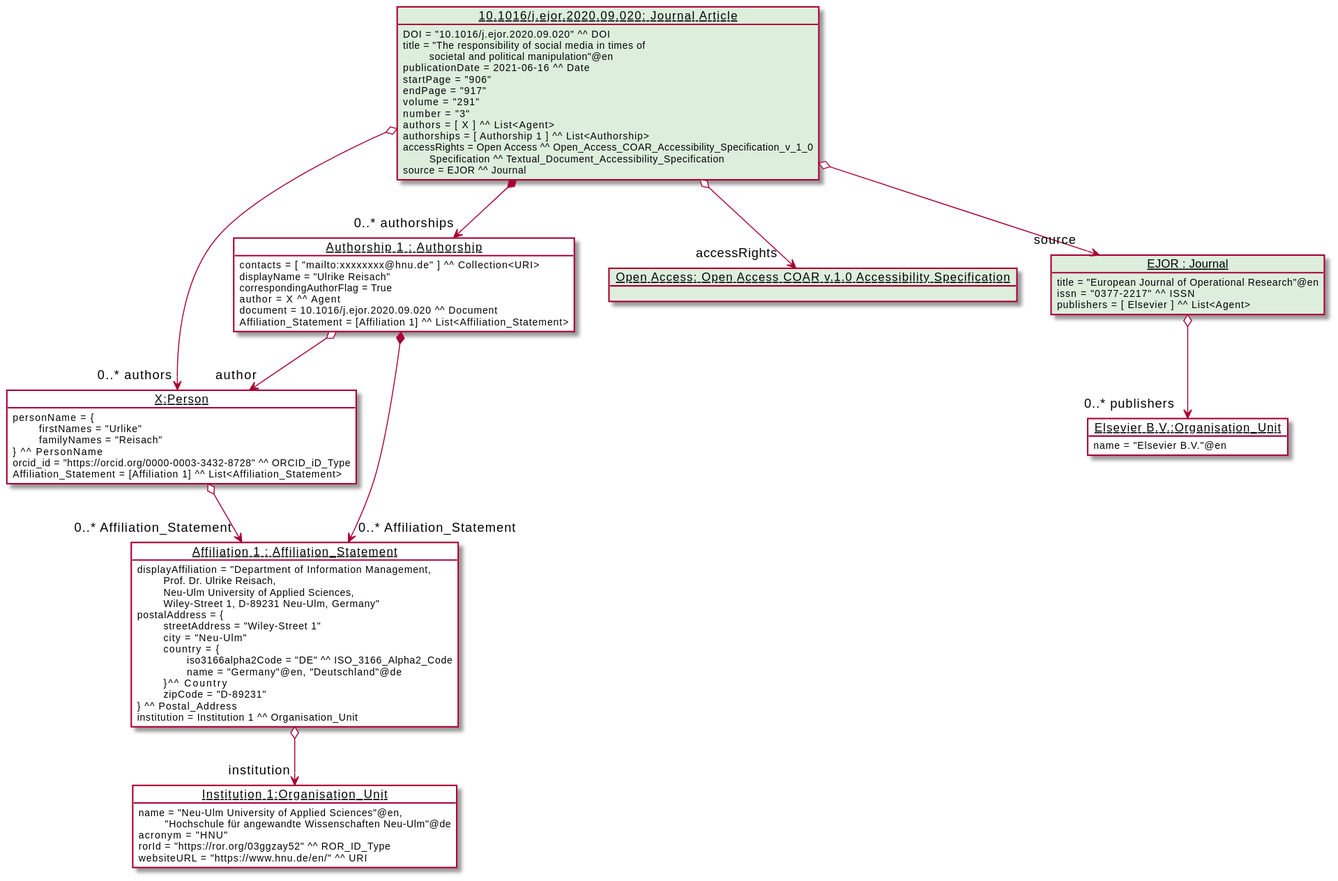
This is diagrams/example.svg from EuroCRIS/CERIF-ScholarlyPublicationsModule, a PlantUML export, as it was before one commit.
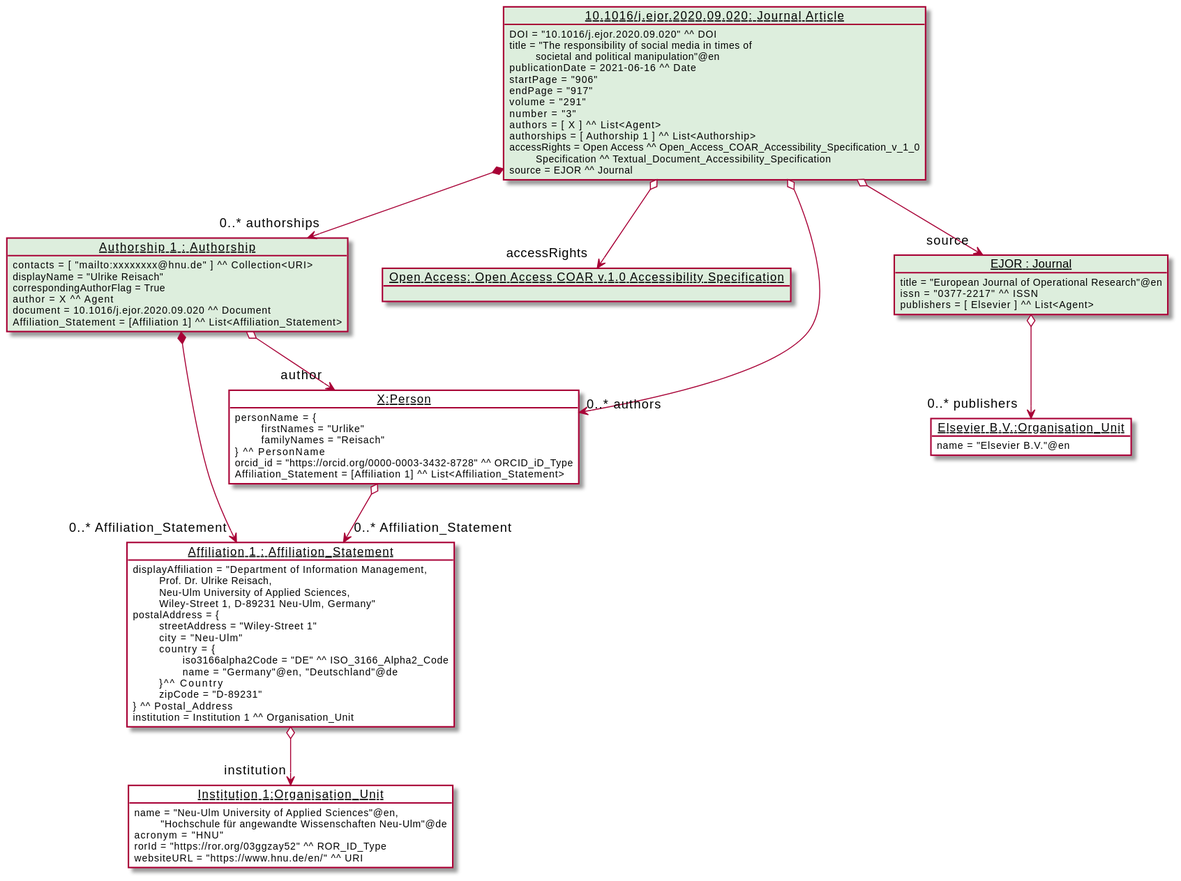
After the change.

The edit, as a diff of the source:
```diff
@@ -28,15 +28,29 @@
             source = EJOR ^^ Journal
     }
 
-        journalEJOR o-->  "0..* publishers" Elsevier
+    object "<u>Authorship 1 : Authorship</u>" as Aut1 #ddeedd {
+            contacts = [ "mailto:xxxxxxxx@hnu.de" ] ^^ Collection<URI>
+            displayName = "Ulrike Reisach"
+            correspondingAuthorFlag = True
+            author = X ^^ Agent
+            document = 10.1016/j.ejor.2020.09.020 ^^ Document
+            Affiliation_Statement = [Affiliation 1] ^^ List<Affiliation_Statement>
+    }
 
-        article09020 o--> "source" journalEJOR
+    Aut1 o--> "author" X
 
-        article09020 o--> "accessRights" OpenAccess
+    Aut1 *--> "0..* Affiliation_Statement" Aff1
 
-        article09020 *--> "0..* authorships" Aut1
 
-        article09020 o--> "0..* authors" X
+    journalEJOR o-->  "0..* publishers" Elsevier
+
+    article09020 o--> "source" journalEJOR
+
+    article09020 o--> "accessRights" OpenAccess
+
+    article09020 *--> "0..* authorships" Aut1
+
+    article09020 o--> "0..* authors" X
 
 
 @enduml
```
